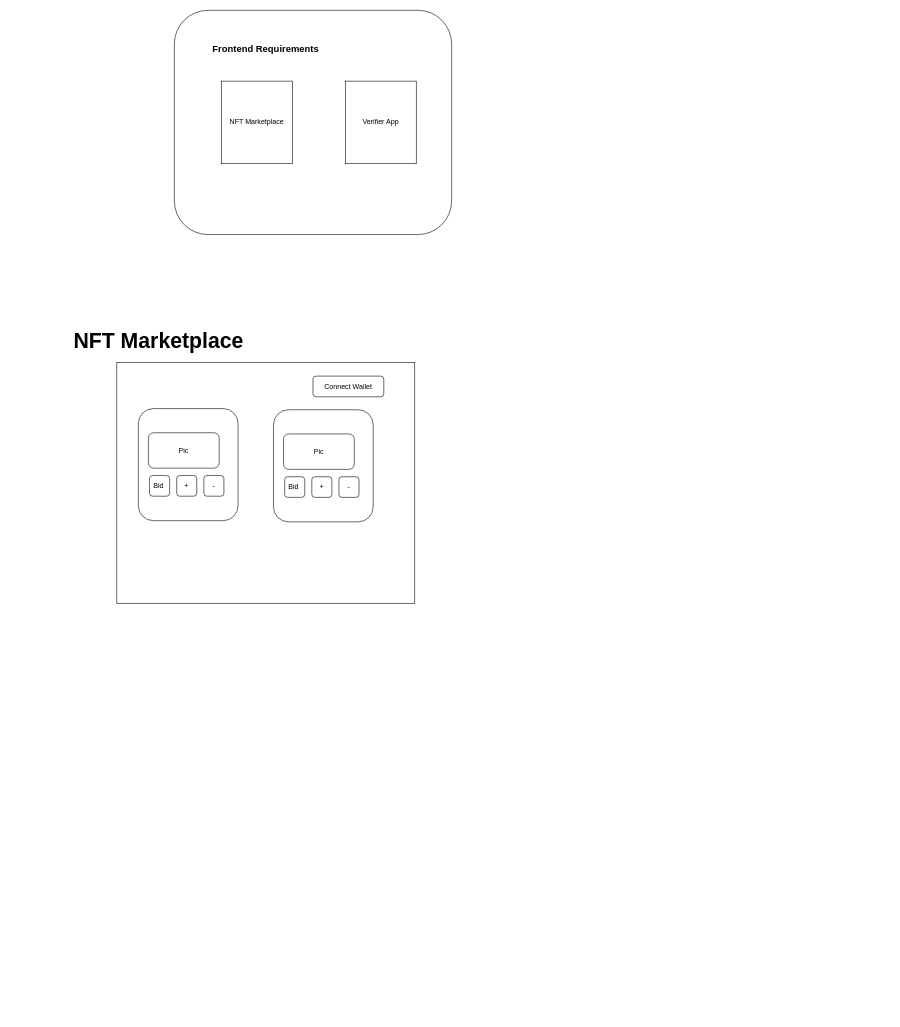
This is page "Frontend" (2 of 4) of Project.drawio from ChanX21/Project-Diagrams, a draw.io file, before an edit. Source tidied: cells renumbered, new cells numbered last; positions are measured from the earlier drawing's top-left corner, leaving out a move shared by most shapes. Both pictures are drawn from the tidied source at 59%, with x=0, y=0 at pixel (71, 10).
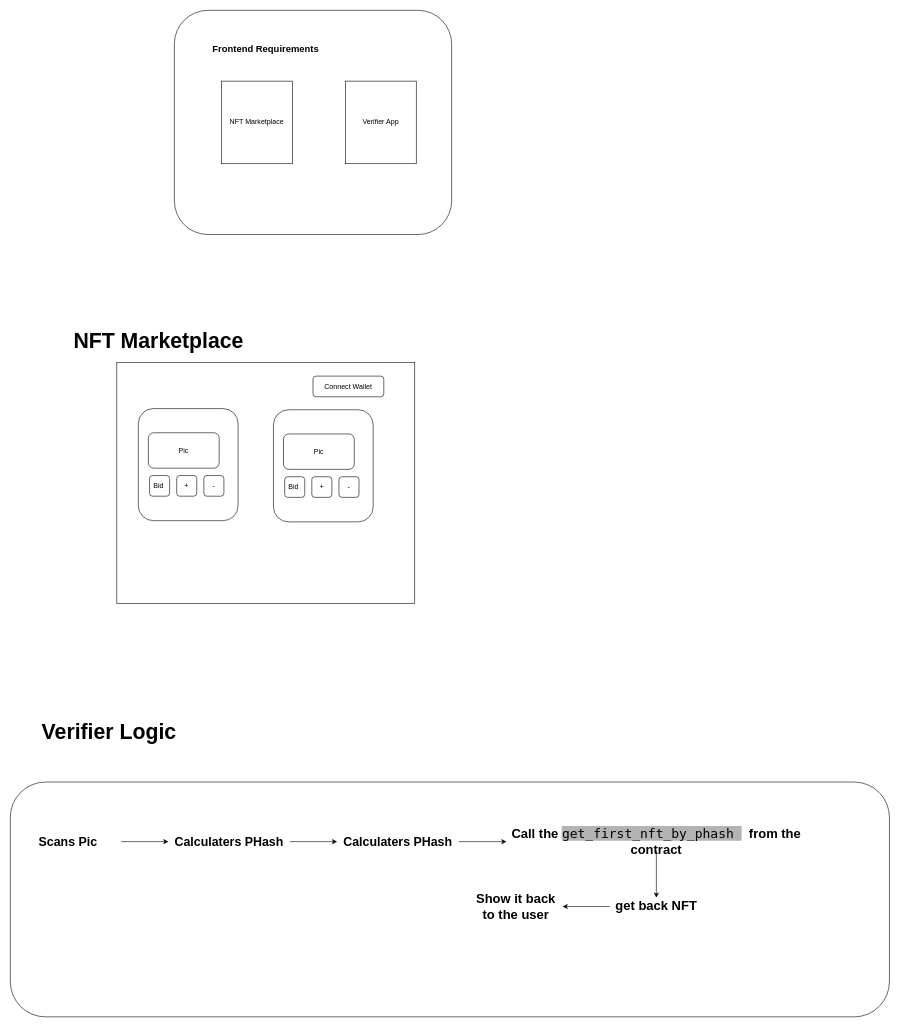
The same diagram, later.

What changed in the source:
```diff
@@
+    <mxCell id="19" style="rounded=1;whiteSpace=wrap;html=1;" parent="1" vertex="1">
+      <mxGeometry x="-103" y="1308" width="1490" height="398" as="geometry" />
+    </mxCell>
@@
+    <mxCell id="20" value="Verifier Logic" style="text;html=1;align=center;verticalAlign=middle;whiteSpace=wrap;rounded=0;fontStyle=1;fontSize=36;" parent="1" vertex="1">
+      <mxGeometry x="-84" y="1208" width="297" height="30" as="geometry" />
+    </mxCell>
+    <mxCell id="21" style="edgeStyle=orthogonalEdgeStyle;rounded=0;jettySize=auto;html=1;" parent="1" edge="1" source="22" target="24">
+      <mxGeometry relative="1" as="geometry" />
+    </mxCell>
+    <mxCell id="22" value="&lt;b&gt;&lt;font style=&quot;font-size: 21px;&quot;&gt;Scans Pic&lt;/font&gt;&lt;/b&gt;" style="text;html=1;align=center;verticalAlign=middle;whiteSpace=wrap;rounded=0;" parent="1" vertex="1">
+      <mxGeometry x="-95" y="1394" width="180" height="30" as="geometry" />
+    </mxCell>
+    <mxCell id="23" style="edgeStyle=orthogonalEdgeStyle;rounded=0;jettySize=auto;html=1;" parent="1" edge="1" source="24" target="26">
+      <mxGeometry relative="1" as="geometry" />
+    </mxCell>
+    <mxCell id="24" value="&lt;b&gt;&lt;font style=&quot;font-size: 21px;&quot;&gt;Calculaters PHash&lt;/font&gt;&lt;/b&gt;" style="text;html=1;align=center;verticalAlign=middle;whiteSpace=wrap;rounded=0;" parent="1" vertex="1">
+      <mxGeometry x="165" y="1394" width="206" height="30" as="geometry" />
+    </mxCell>
+    <mxCell id="25" style="edgeStyle=orthogonalEdgeStyle;rounded=0;jettySize=auto;html=1;" parent="1" edge="1" source="26" target="28">
+      <mxGeometry relative="1" as="geometry" />
+    </mxCell>
+    <mxCell id="26" value="&lt;b&gt;&lt;font style=&quot;font-size: 21px;&quot;&gt;Calculaters PHash&lt;/font&gt;&lt;/b&gt;" style="text;html=1;align=center;verticalAlign=middle;whiteSpace=wrap;rounded=0;" parent="1" vertex="1">
+      <mxGeometry x="451" y="1394" width="206" height="30" as="geometry" />
+    </mxCell>
+    <mxCell id="27" style="edgeStyle=orthogonalEdgeStyle;rounded=0;jettySize=auto;html=1;" parent="1" edge="1" source="28" target="30">
+      <mxGeometry relative="1" as="geometry" />
+    </mxCell>
+    <mxCell id="28" value="&lt;font style=&quot;font-size: 22px;&quot;&gt;&lt;b&gt;&lt;font&gt;Call the&amp;nbsp;&lt;/font&gt;&lt;/b&gt;&lt;span style=&quot;font-family: Menlo, Monaco, &amp;quot;Courier New&amp;quot;, monospace; text-align: start; white-space: pre; color: rgb(0, 0, 0); background-color: rgb(179, 179, 179);&quot;&gt;get_first_nft_by_phash &lt;/span&gt;&lt;/font&gt;&lt;b style=&quot;font-size: 22px;&quot;&gt;&amp;nbsp; from the contract&lt;/b&gt;" style="text;html=1;align=center;verticalAlign=middle;whiteSpace=wrap;rounded=0;" parent="1" vertex="1">
+      <mxGeometry x="738" y="1394" width="508" height="30" as="geometry" />
+    </mxCell>
+    <mxCell id="29" style="edgeStyle=orthogonalEdgeStyle;rounded=0;jettySize=auto;html=1;" parent="1" edge="1" source="30" target="31">
+      <mxGeometry relative="1" as="geometry" />
+    </mxCell>
+    <mxCell id="30" value="&lt;span style=&quot;font-size: 22px;&quot;&gt;&lt;b&gt;get back NFT&lt;/b&gt;&lt;/span&gt;" style="text;html=1;align=center;verticalAlign=middle;whiteSpace=wrap;rounded=0;" parent="1" vertex="1">
+      <mxGeometry x="913" y="1504" width="158" height="30" as="geometry" />
+    </mxCell>
+    <mxCell id="31" value="&lt;span style=&quot;font-size: 22px;&quot;&gt;&lt;b&gt;Show it back to the user&lt;/b&gt;&lt;/span&gt;" style="text;html=1;align=center;verticalAlign=middle;whiteSpace=wrap;rounded=0;" parent="1" vertex="1">
+      <mxGeometry x="675" y="1504" width="158" height="30" as="geometry" />
+    </mxCell>
```
